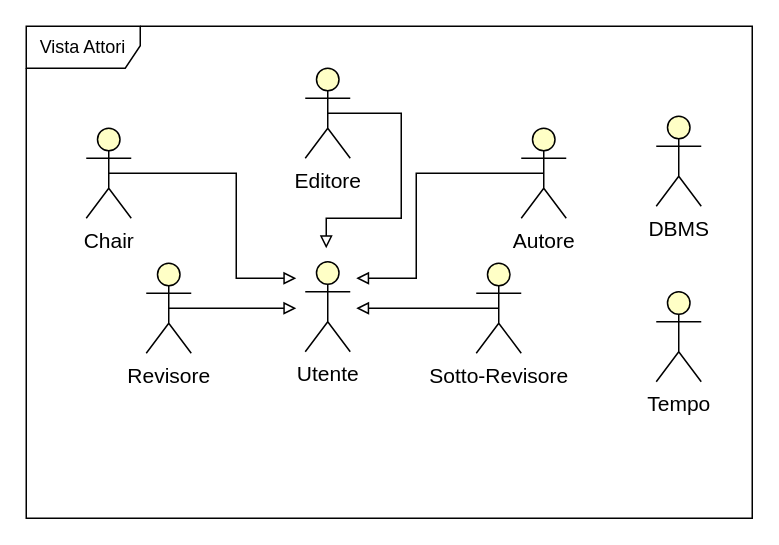
This is RAD/raw/AttoriCoinvolti.drawio from Gabro29/IngegneriaSoftware, a draw.io file, before an edit. Source tidied: cells renumbered, new cells numbered last; positions are measured from the earlier drawing's top-left corner, leaving out a move shared by most shapes. Both pictures are drawn from the tidied source at 150%, with x=0, y=0 at pixel (26, 26).
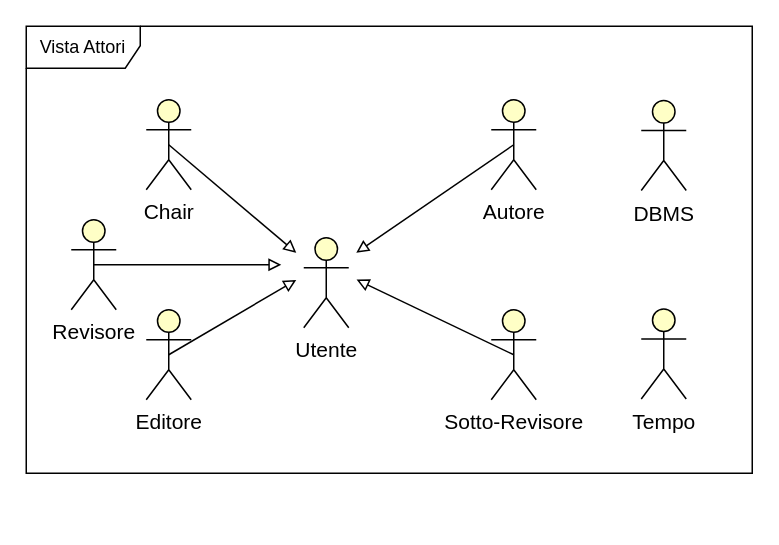
After the change.

Diff of the diagram source:
```diff
@@
     <mxCell id="2" value="&lt;font face=&quot;Helvetica&quot; style=&quot;color: light-dark(rgb(0, 0, 0), rgb(0, 0, 0)); font-size: 14px;&quot;&gt;Autore&lt;/font&gt;" style="shape=umlActor;verticalLabelPosition=bottom;verticalAlign=top;html=1;outlineConnect=0;strokeColor=light-dark(#000000,#000000);fillColor=light-dark(#FFFFC6,#FDF89C);" parent="1" vertex="1">
-      <mxGeometry x="330" y="68" width="30" height="60" as="geometry" />
+      <mxGeometry x="310" y="49" width="30" height="60" as="geometry" />
     </mxCell>
     <mxCell id="3" value="&lt;font face=&quot;Helvetica&quot; style=&quot;color: light-dark(rgb(0, 0, 0), rgb(0, 0, 0)); font-size: 14px;&quot;&gt;Chair&lt;/font&gt;" style="shape=umlActor;verticalLabelPosition=bottom;verticalAlign=top;html=1;outlineConnect=0;strokeColor=light-dark(#000000,#000000);fillColor=light-dark(#FFFFC6,#FDF89C);" parent="1" vertex="1">
-      <mxGeometry x="40" y="68" width="30" height="60" as="geometry" />
+      <mxGeometry x="80" y="49" width="30" height="60" as="geometry" />
     </mxCell>
     <mxCell id="4" value="&lt;font face=&quot;Helvetica&quot; style=&quot;color: light-dark(rgb(0, 0, 0), rgb(0, 0, 0)); font-size: 14px;&quot;&gt;Revisore&lt;/font&gt;" style="shape=umlActor;verticalLabelPosition=bottom;verticalAlign=top;html=1;outlineConnect=0;strokeColor=light-dark(#000000,#000000);fillColor=light-dark(#FFFFC6,#FDF89C);" parent="1" vertex="1">
-      <mxGeometry x="80" y="158" width="30" height="60" as="geometry" />
+      <mxGeometry x="30" y="129" width="30" height="60" as="geometry" />
     </mxCell>
     <mxCell id="5" value="&lt;font face=&quot;Helvetica&quot; style=&quot;color: light-dark(rgb(0, 0, 0), rgb(0, 0, 0)); font-size: 14px;&quot;&gt;Sotto-Revisore&lt;/font&gt;" style="shape=umlActor;verticalLabelPosition=bottom;verticalAlign=top;html=1;outlineConnect=0;strokeColor=light-dark(#000000,#000000);fillColor=light-dark(#FFFFC6,#FDF89C);" parent="1" vertex="1">
-      <mxGeometry x="300" y="158" width="30" height="60" as="geometry" />
+      <mxGeometry x="310" y="189" width="30" height="60" as="geometry" />
     </mxCell>
     <mxCell id="6" value="&lt;font style=&quot;color: light-dark(rgb(0, 0, 0), rgb(0, 0, 0)); font-size: 14px;&quot;&gt;Utente&lt;/font&gt;" style="shape=umlActor;verticalLabelPosition=bottom;verticalAlign=top;html=1;strokeColor=light-dark(#000000,#000000);fillColor=light-dark(#FFFFC6,#FDF89C);" parent="1" vertex="1">
-      <mxGeometry x="186" y="157" width="30" height="60" as="geometry" />
+      <mxGeometry x="185" y="141" width="30" height="60" as="geometry" />
     </mxCell>
     <mxCell id="7" value="&lt;font face=&quot;Helvetica&quot; style=&quot;color: light-dark(rgb(0, 0, 0), rgb(0, 0, 0)); font-size: 14px;&quot;&gt;DBMS&lt;/font&gt;" style="shape=umlActor;verticalLabelPosition=bottom;verticalAlign=top;html=1;strokeColor=light-dark(#000000,#000000);fillColor=light-dark(#FFFFC6,#FDF89C);" parent="1" vertex="1">
-      <mxGeometry x="420" y="60" width="30" height="60" as="geometry" />
+      <mxGeometry x="410" y="49.5" width="30" height="60" as="geometry" />
     </mxCell>
     <mxCell id="8" value="&lt;font style=&quot;color: light-dark(rgb(0, 0, 0), rgb(0, 0, 0)); font-size: 14px;&quot;&gt;Tempo&lt;/font&gt;" style="shape=umlActor;verticalLabelPosition=bottom;verticalAlign=top;html=1;strokeColor=light-dark(#000000,#000000);fillColor=light-dark(#FFFFC6,#FDF89C);" parent="1" vertex="1">
-      <mxGeometry x="420" y="177" width="30" height="60" as="geometry" />
+      <mxGeometry x="410" y="188.5" width="30" height="60" as="geometry" />
     </mxCell>
     <mxCell id="9" style="endArrow=block;html=1;rounded=0;strokeColor=light-dark(#000000,#000000);endFill=0;strokeWidth=1;startSize=6;jumpSize=6;targetPerimeterSpacing=0;endSize=6;exitX=0.5;exitY=0.5;exitDx=0;exitDy=0;exitPerimeter=0;" parent="1" edge="1" source="3">
       <mxGeometry relative="1" as="geometry">
-        <mxPoint x="180" y="168" as="targetPoint" />
-        <Array as="points">
-          <mxPoint x="140" y="98" />
-          <mxPoint x="140" y="168" />
-        </Array>
+        <mxPoint x="180" y="151" as="targetPoint" />
       </mxGeometry>
     </mxCell>
-    <mxCell id="10" style="endArrow=block;html=1;rounded=0;strokeColor=light-dark(#000000,#000000);endFill=0;strokeWidth=1;startSize=6;jumpSize=6;targetPerimeterSpacing=0;endSize=6;exitX=0.5;exitY=0.5;exitDx=0;exitDy=0;exitPerimeter=0;" parent="1" edge="1" source="5">
+    <mxCell id="10" style="endArrow=block;html=1;rounded=0;strokeColor=light-dark(#000000,#000000);endFill=0;strokeWidth=1;startSize=6;jumpSize=6;targetPerimeterSpacing=0;endSize=6;exitX=0.5;exitY=0.5;exitDx=0;exitDy=0;exitPerimeter=0;entryX=0.455;entryY=0.597;entryDx=0;entryDy=0;entryPerimeter=0;" parent="1" edge="1" source="5">
       <mxGeometry relative="1" as="geometry">
-        <mxPoint x="220" y="188" as="targetPoint" />
+        <mxPoint x="220.2" y="168.9" as="targetPoint" />
       </mxGeometry>
     </mxCell>
     <mxCell id="11" style="endArrow=block;html=1;rounded=0;strokeColor=light-dark(#000000,#000000);endFill=0;strokeWidth=1;startSize=6;jumpSize=6;targetPerimeterSpacing=0;endSize=6;exitX=0.5;exitY=0.5;exitDx=0;exitDy=0;exitPerimeter=0;" parent="1" edge="1" source="2">
       <mxGeometry relative="1" as="geometry">
-        <mxPoint x="220" y="168" as="targetPoint" />
-        <Array as="points">
-          <mxPoint x="260" y="98" />
-          <mxPoint x="260" y="168" />
-        </Array>
+        <mxPoint x="220" y="151" as="targetPoint" />
       </mxGeometry>
     </mxCell>
     <mxCell id="12" value="Vista Attori" style="shape=umlFrame;whiteSpace=wrap;html=1;strokeColor=light-dark(#000000,#000000);width=76;height=28;" parent="1" vertex="1">
-      <mxGeometry width="484" height="328" as="geometry" />
+      <mxGeometry width="484" height="298" as="geometry" />
     </mxCell>
     <mxCell id="13" value="&lt;font face=&quot;Helvetica&quot; style=&quot;color: light-dark(rgb(0, 0, 0), rgb(0, 0, 0)); font-size: 14px;&quot;&gt;Editore&lt;/font&gt;" style="shape=umlActor;verticalLabelPosition=bottom;verticalAlign=top;html=1;outlineConnect=0;strokeColor=light-dark(#000000,#000000);fillColor=light-dark(#FFFFC6,#FDF89C);" parent="1" vertex="1">
-      <mxGeometry x="186" y="28" width="30" height="60" as="geometry" />
+      <mxGeometry x="80" y="189" width="30" height="60" as="geometry" />
     </mxCell>
     <mxCell id="14" style="endArrow=block;html=1;rounded=0;strokeColor=light-dark(#000000,#000000);endFill=0;strokeWidth=1;startSize=6;jumpSize=6;targetPerimeterSpacing=0;endSize=6;exitX=0.5;exitY=0.5;exitDx=0;exitDy=0;exitPerimeter=0;" parent="1" edge="1" source="4">
       <mxGeometry relative="1" as="geometry">
-        <mxPoint x="180" y="188" as="targetPoint" />
+        <mxPoint x="170" y="159" as="targetPoint" />
       </mxGeometry>
     </mxCell>
-    <mxCell id="15" style="endArrow=block;html=1;rounded=0;exitX=0.5;exitY=0.5;exitDx=0;exitDy=0;exitPerimeter=0;endFill=0;" parent="1" edge="1">
-      <mxGeometry relative="1" as="geometry">
-        <mxPoint x="201" y="58" as="sourcePoint" />
-        <mxPoint x="200" y="148" as="targetPoint" />
-        <Array as="points">
-          <mxPoint x="250" y="58" />
-          <mxPoint x="250" y="108" />
-          <mxPoint x="250" y="128" />
-          <mxPoint x="200" y="128" />
-        </Array>
-      </mxGeometry>
-    </mxCell>
+    <mxCell id="16" style="endArrow=block;html=1;rounded=0;strokeColor=light-dark(#000000,#000000);endFill=0;strokeWidth=1;startSize=6;jumpSize=6;targetPerimeterSpacing=0;endSize=6;exitX=0.5;exitY=0.5;exitDx=0;exitDy=0;exitPerimeter=0;entryX=0.372;entryY=0.665;entryDx=0;entryDy=0;entryPerimeter=0;" parent="1" edge="1" source="13">
+      <mxGeometry relative="1" as="geometry">
+        <mxPoint x="180" y="169.1" as="targetPoint" />
+      </mxGeometry>
+    </mxCell>
```
